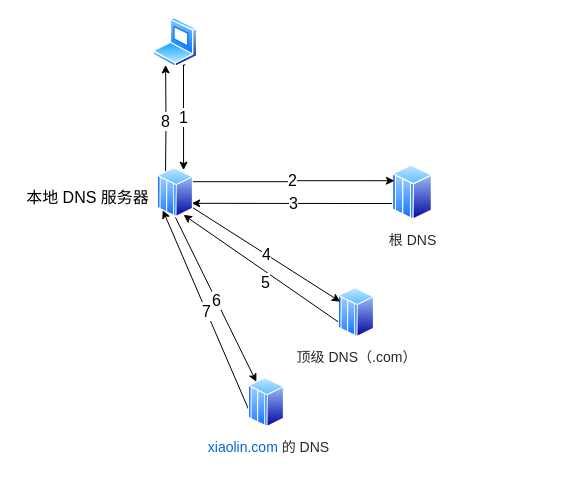
Above: 杂/替换地址.drawio in xiaolincoder/ImageHost4 (draw.io), before the change. Source tidied: cells renumbered, new cells numbered last; positions are measured from the earlier drawing's top-left corner, leaving out a move shared by most shapes. Both pictures are drawn from the tidied source at 100%, with x=0, y=0 at pixel (17, 17).
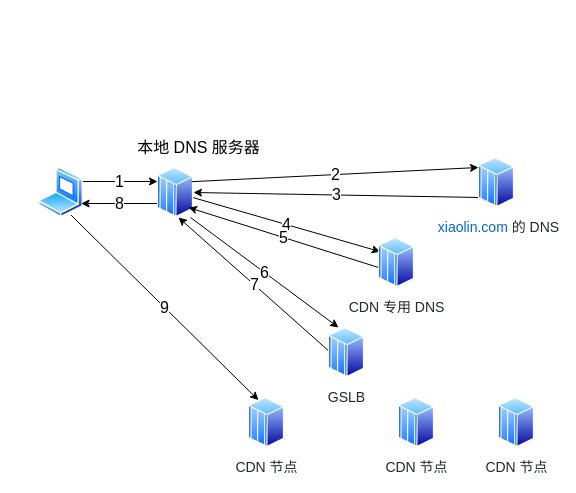
The same diagram, later.

Commit message:
更新替换地址.drawio

What changed in the source:
```diff
@@
-    <mxCell id="2" value="1" style="edgeStyle=orthogonalEdgeStyle;rounded=0;jettySize=auto;html=1;fontSize=16;exitX=0.75;exitY=1;exitDx=0;exitDy=0;entryX=0.75;entryY=0;entryDx=0;entryDy=0;" parent="1" edge="1" source="3" target="12">
+    <mxCell id="2" value="1" style="edgeStyle=none;rounded=0;jettySize=auto;html=1;fontSize=16;exitX=1;exitY=0.25;exitDx=0;exitDy=0;" parent="1" edge="1" source="3">
       <mxGeometry relative="1" as="geometry">
-        <Array as="points">
-          <mxPoint x="166" y="48" />
-        </Array>
+        <mxPoint x="140" y="164" as="targetPoint" />
       </mxGeometry>
     </mxCell>
     <mxCell id="3" style="perimeter=ellipsePerimeter;html=1;align=center;shadow=0;dashed=0;spacingTop=3;image;image=img/lib/active_directory/laptop_client.svg;fontSize=16;" parent="1" vertex="1">
-      <mxGeometry x="135.5" width="45" height="50" as="geometry" />
+      <mxGeometry x="21" y="150" width="45" height="50" as="geometry" />
     </mxCell>
+    <mxCell id="15" value="本地 DNS 服务器" style="text;html=1;align=center;verticalAlign=middle;strokeColor=none;fontSize=16;" parent="1" vertex="1">
+      <mxGeometry x="111" y="120" width="140" height="20" as="geometry" />
+    </mxCell>
+    <mxCell id="10" value="4" style="edgeStyle=none;rounded=0;jettySize=auto;html=1;entryX=0;entryY=0.25;entryDx=0;entryDy=0;fontSize=16;" parent="1" edge="1" source="12" target="18">
+      <mxGeometry relative="1" as="geometry" />
+    </mxCell>
+    <mxCell id="16" value="6" style="edgeStyle=none;rounded=0;orthogonalLoop=1;jettySize=auto;html=1;fontSize=16;" parent="1" edge="1">
+      <mxGeometry relative="1" as="geometry">
+        <mxPoint x="173" y="200" as="sourcePoint" />
+        <mxPoint x="321" y="310" as="targetPoint" />
+      </mxGeometry>
+    </mxCell>
+    <mxCell id="17" value="9" style="edgeStyle=none;rounded=0;jettySize=auto;html=1;entryX=0.25;entryY=0;entryDx=0;entryDy=0;fontSize=16;exitX=0.75;exitY=1;exitDx=0;exitDy=0;" parent="1" edge="1" source="3" target="20">
+      <mxGeometry relative="1" as="geometry" />
+    </mxCell>
+    <mxCell id="8" value="8" style="edgeStyle=none;rounded=0;jettySize=auto;html=1;entryX=1;entryY=0.75;entryDx=0;entryDy=0;fontSize=16;" parent="1" edge="1" target="3">
+      <mxGeometry relative="1" as="geometry">
+        <mxPoint x="140" y="186" as="sourcePoint" />
+      </mxGeometry>
+    </mxCell>
+    <mxCell id="12" style="perimeter=ellipsePerimeter;html=1;align=center;shadow=0;dashed=0;spacingTop=3;image;image=img/lib/active_directory/mainframe_host.svg;fontSize=16;" parent="1" vertex="1">
+      <mxGeometry x="140" y="150" width="36" height="50" as="geometry" />
+    </mxCell>
-    <mxCell id="4" value="3" style="edgeStyle=orthogonalEdgeStyle;rounded=0;jettySize=auto;html=1;entryX=1;entryY=0.75;entryDx=0;entryDy=0;fontSize=16;" parent="1" edge="1" source="5" target="12">
+    <mxCell id="4" value="3" style="edgeStyle=none;rounded=0;jettySize=auto;html=1;entryX=1;entryY=0.5;entryDx=0;entryDy=0;fontSize=16;" parent="1" edge="1" target="12">
       <mxGeometry relative="1" as="geometry">
-        <Array as="points">
-          <mxPoint x="331" y="186" />
-          <mxPoint x="331" y="186" />
-        </Array>
+        <mxPoint x="463" y="180" as="sourcePoint" />
       </mxGeometry>
     </mxCell>
-    <mxCell id="5" value="&lt;span style=&quot;font-style: normal; font-weight: normal; letter-spacing: normal; text-indent: 0px; text-transform: none; word-spacing: 0px; text-decoration: none; color: rgb(36, 41, 46); font-size: 14px; text-align: left; float: none; display: inline;&quot;&gt;根 DNS&lt;/span&gt;" style="perimeter=ellipsePerimeter;html=1;align=center;shadow=0;dashed=0;spacingTop=3;image;image=img/lib/active_directory/mainframe_host.svg;fontSize=16;" parent="1" vertex="1">
-      <mxGeometry x="375" y="147.2" width="40" height="55.6" as="geometry" />
-    </mxCell>
+    <mxCell id="14" value="&lt;span style=&quot;color: rgb(36 , 41 , 46) ; font-family: , &amp;#34;blinkmacsystemfont&amp;#34; , , &amp;#34;pingfang sc&amp;#34; , &amp;#34;helvetica&amp;#34; , &amp;#34;arial&amp;#34; , &amp;#34;hiragino sans gb&amp;#34; , &amp;#34;microsoft yahei&amp;#34; , &amp;#34;simsun&amp;#34; , , &amp;#34;heiti&amp;#34; , , sans-serif ; font-size: 14px ; text-align: left&quot;&gt;&amp;nbsp;&lt;/span&gt;&lt;a href=&quot;http://xiaolin.com/&quot; target=&quot;_blank&quot; style=&quot;box-sizing: border-box ; color: rgb(3 , 102 , 214) ; text-decoration: none ; font-family: , &amp;#34;blinkmacsystemfont&amp;#34; , , &amp;#34;pingfang sc&amp;#34; , &amp;#34;helvetica&amp;#34; , &amp;#34;arial&amp;#34; , &amp;#34;hiragino sans gb&amp;#34; , &amp;#34;microsoft yahei&amp;#34; , &amp;#34;simsun&amp;#34; , , &amp;#34;heiti&amp;#34; , , sans-serif ; font-size: 14px ; text-align: left&quot;&gt;xiaolin.com&lt;/a&gt;&lt;span style=&quot;color: rgb(36 , 41 , 46) ; font-family: , &amp;#34;blinkmacsystemfont&amp;#34; , , &amp;#34;pingfang sc&amp;#34; , &amp;#34;helvetica&amp;#34; , &amp;#34;arial&amp;#34; , &amp;#34;hiragino sans gb&amp;#34; , &amp;#34;microsoft yahei&amp;#34; , &amp;#34;simsun&amp;#34; , , &amp;#34;heiti&amp;#34; , , sans-serif ; font-size: 14px ; text-align: left&quot;&gt;&amp;nbsp;的 DNS&lt;/span&gt;" style="perimeter=ellipsePerimeter;html=1;align=center;shadow=0;dashed=0;spacingTop=3;image;image=img/lib/active_directory/mainframe_host.svg;fontSize=16;" parent="1" vertex="1">
+      <mxGeometry x="461" y="140" width="36" height="50" as="geometry" />
+    </mxCell>
+    <mxCell id="11" value="2" style="edgeStyle=none;rounded=0;jettySize=auto;html=1;fontSize=16;exitX=1;exitY=0.25;exitDx=0;exitDy=0;" parent="1" edge="1" source="12">
+      <mxGeometry x="159" y="257.2" as="geometry">
+        <mxPoint x="461" y="150" as="targetPoint" />
+      </mxGeometry>
+    </mxCell>
-    <mxCell id="6" value="5" style="edgeStyle=none;rounded=0;jettySize=auto;html=1;entryX=0.75;entryY=1;entryDx=0;entryDy=0;fontSize=16;exitX=0;exitY=0.75;exitDx=0;exitDy=0;" parent="1" edge="1" source="7" target="12">
-      <mxGeometry x="-0.11" y="9" relative="1" as="geometry" />
+    <mxCell id="6" value="5" style="edgeStyle=none;rounded=0;orthogonalLoop=1;jettySize=auto;html=1;fontSize=16;" parent="1" edge="1">
+      <mxGeometry relative="1" as="geometry">
+        <mxPoint x="361" y="250" as="sourcePoint" />
+        <mxPoint x="171" y="190" as="targetPoint" />
+      </mxGeometry>
     </mxCell>
-    <mxCell id="7" value="&lt;span style=&quot;font-style: normal; font-weight: normal; letter-spacing: normal; text-indent: 0px; text-transform: none; word-spacing: 0px; text-decoration: none; color: rgb(36, 41, 46); font-size: 14px; text-align: left; float: none; display: inline;&quot;&gt;顶级 DNS（.com）&lt;/span&gt;" style="perimeter=ellipsePerimeter;html=1;align=center;shadow=0;dashed=0;spacingTop=3;image;image=img/lib/active_directory/mainframe_host.svg;fontSize=16;" parent="1" vertex="1">
-      <mxGeometry x="321" y="270" width="36" height="50" as="geometry" />
-    </mxCell>
-    <mxCell id="8" value="8" style="edgeStyle=orthogonalEdgeStyle;rounded=0;jettySize=auto;html=1;entryX=0.25;entryY=1;entryDx=0;entryDy=0;fontSize=16;" parent="1" edge="1" target="3">
-      <mxGeometry relative="1" as="geometry">
-        <mxPoint x="148" y="160" as="sourcePoint" />
-      </mxGeometry>
-    </mxCell>
-    <mxCell id="9" value="2" style="edgeStyle=orthogonalEdgeStyle;rounded=0;jettySize=auto;html=1;fontSize=16;exitX=1;exitY=0.25;exitDx=0;exitDy=0;entryX=0;entryY=0.25;entryDx=0;entryDy=0;" parent="1" edge="1" source="12" target="5">
-      <mxGeometry relative="1" as="geometry" />
-    </mxCell>
-    <mxCell id="10" value="4" style="rounded=0;jettySize=auto;html=1;entryX=0;entryY=0.25;entryDx=0;entryDy=0;fontSize=16;" parent="1" edge="1" target="7">
-      <mxGeometry relative="1" as="geometry">
-        <mxPoint x="175" y="190" as="sourcePoint" />
-      </mxGeometry>
-    </mxCell>
-    <mxCell id="11" value="6" style="edgeStyle=none;rounded=0;jettySize=auto;html=1;fontSize=16;exitX=0.5;exitY=1;exitDx=0;exitDy=0;" parent="1" edge="1" source="12" target="14">
-      <mxGeometry relative="1" as="geometry" />
-    </mxCell>
-    <mxCell id="12" style="perimeter=ellipsePerimeter;html=1;align=center;shadow=0;dashed=0;spacingTop=3;image;image=img/lib/active_directory/mainframe_host.svg;fontSize=16;" parent="1" vertex="1">
-      <mxGeometry x="140" y="150" width="36" height="50" as="geometry" />
-    </mxCell>
+    <mxCell id="18" value="&lt;div style=&quot;text-align: left&quot;&gt;&lt;font color=&quot;#24292e&quot;&gt;&lt;span style=&quot;font-size: 14px&quot;&gt;CDN 专用 DNS&lt;/span&gt;&lt;/font&gt;&lt;/div&gt;" style="perimeter=ellipsePerimeter;html=1;align=center;shadow=0;dashed=0;spacingTop=3;image;image=img/lib/active_directory/mainframe_host.svg;fontSize=16;" parent="1" vertex="1">
+      <mxGeometry x="361" y="220" width="36" height="50" as="geometry" />
+    </mxCell>
-    <mxCell id="13" value="7" style="edgeStyle=none;rounded=0;jettySize=auto;html=1;entryX=0;entryY=1;entryDx=0;entryDy=0;fontSize=16;exitX=0;exitY=0.75;exitDx=0;exitDy=0;" parent="1" edge="1" source="14" target="12">
-      <mxGeometry relative="1" as="geometry" />
+    <mxCell id="13" value="7" style="edgeStyle=none;rounded=0;orthogonalLoop=1;jettySize=auto;html=1;fontSize=16;" parent="1" edge="1">
+      <mxGeometry relative="1" as="geometry">
+        <mxPoint x="313" y="335" as="sourcePoint" />
+        <mxPoint x="161" y="200" as="targetPoint" />
+      </mxGeometry>
     </mxCell>
-    <mxCell id="14" value="&lt;span style=&quot;color: rgb(36 , 41 , 46) ; font-family: , &amp;#34;blinkmacsystemfont&amp;#34; , , &amp;#34;pingfang sc&amp;#34; , &amp;#34;helvetica&amp;#34; , &amp;#34;arial&amp;#34; , &amp;#34;hiragino sans gb&amp;#34; , &amp;#34;microsoft yahei&amp;#34; , &amp;#34;simsun&amp;#34; , , &amp;#34;heiti&amp;#34; , , sans-serif ; font-size: 14px ; text-align: left&quot;&gt;&amp;nbsp;&lt;/span&gt;&lt;a href=&quot;http://xiaolin.com/&quot; target=&quot;_blank&quot; style=&quot;box-sizing: border-box ; color: rgb(3 , 102 , 214) ; text-decoration: none ; font-family: , &amp;#34;blinkmacsystemfont&amp;#34; , , &amp;#34;pingfang sc&amp;#34; , &amp;#34;helvetica&amp;#34; , &amp;#34;arial&amp;#34; , &amp;#34;hiragino sans gb&amp;#34; , &amp;#34;microsoft yahei&amp;#34; , &amp;#34;simsun&amp;#34; , , &amp;#34;heiti&amp;#34; , , sans-serif ; font-size: 14px ; text-align: left&quot;&gt;xiaolin.com&lt;/a&gt;&lt;span style=&quot;color: rgb(36 , 41 , 46) ; font-family: , &amp;#34;blinkmacsystemfont&amp;#34; , , &amp;#34;pingfang sc&amp;#34; , &amp;#34;helvetica&amp;#34; , &amp;#34;arial&amp;#34; , &amp;#34;hiragino sans gb&amp;#34; , &amp;#34;microsoft yahei&amp;#34; , &amp;#34;simsun&amp;#34; , , &amp;#34;heiti&amp;#34; , , sans-serif ; font-size: 14px ; text-align: left&quot;&gt;&amp;nbsp;的 DNS&lt;/span&gt;" style="perimeter=ellipsePerimeter;html=1;align=center;shadow=0;dashed=0;spacingTop=3;image;image=img/lib/active_directory/mainframe_host.svg;fontSize=16;" parent="1" vertex="1">
-      <mxGeometry x="231" y="360" width="36" height="50" as="geometry" />
-    </mxCell>
-    <mxCell id="15" value="本地 DNS 服务器" style="text;html=1;align=center;verticalAlign=middle;strokeColor=none;fontSize=16;" parent="1" vertex="1">
-      <mxGeometry y="170" width="140" height="20" as="geometry" />
-    </mxCell>
+    <mxCell id="19" value="&lt;div style=&quot;text-align: left&quot;&gt;&lt;font color=&quot;#24292e&quot;&gt;&lt;span style=&quot;font-size: 14px&quot;&gt;GSLB&lt;/span&gt;&lt;/font&gt;&lt;/div&gt;" style="perimeter=ellipsePerimeter;html=1;align=center;shadow=0;dashed=0;spacingTop=3;image;image=img/lib/active_directory/mainframe_host.svg;fontSize=16;" parent="1" vertex="1">
+      <mxGeometry x="311" y="310" width="36" height="50" as="geometry" />
+    </mxCell>
+    <mxCell id="20" value="&lt;div style=&quot;text-align: left&quot;&gt;&lt;font color=&quot;#24292e&quot;&gt;&lt;span style=&quot;font-size: 14px&quot;&gt;CDN 节点&lt;/span&gt;&lt;/font&gt;&lt;/div&gt;" style="perimeter=ellipsePerimeter;html=1;align=center;shadow=0;dashed=0;spacingTop=3;image;image=img/lib/active_directory/mainframe_host.svg;fontSize=16;" parent="1" vertex="1">
+      <mxGeometry x="231" y="380" width="36" height="50" as="geometry" />
+    </mxCell>
+    <mxCell id="21" value="&lt;div style=&quot;text-align: left&quot;&gt;&lt;font color=&quot;#24292e&quot;&gt;&lt;span style=&quot;font-size: 14px&quot;&gt;CDN 节点&lt;/span&gt;&lt;/font&gt;&lt;/div&gt;" style="perimeter=ellipsePerimeter;html=1;align=center;shadow=0;dashed=0;spacingTop=3;image;image=img/lib/active_directory/mainframe_host.svg;fontSize=16;" parent="1" vertex="1">
+      <mxGeometry x="381" y="380" width="36" height="50" as="geometry" />
+    </mxCell>
+    <mxCell id="22" value="&lt;div style=&quot;text-align: left&quot;&gt;&lt;font color=&quot;#24292e&quot;&gt;&lt;span style=&quot;font-size: 14px&quot;&gt;CDN 节点&lt;/span&gt;&lt;/font&gt;&lt;/div&gt;" style="perimeter=ellipsePerimeter;html=1;align=center;shadow=0;dashed=0;spacingTop=3;image;image=img/lib/active_directory/mainframe_host.svg;fontSize=16;" parent="1" vertex="1">
+      <mxGeometry x="481" y="380" width="36" height="50" as="geometry" />
+    </mxCell>
```
